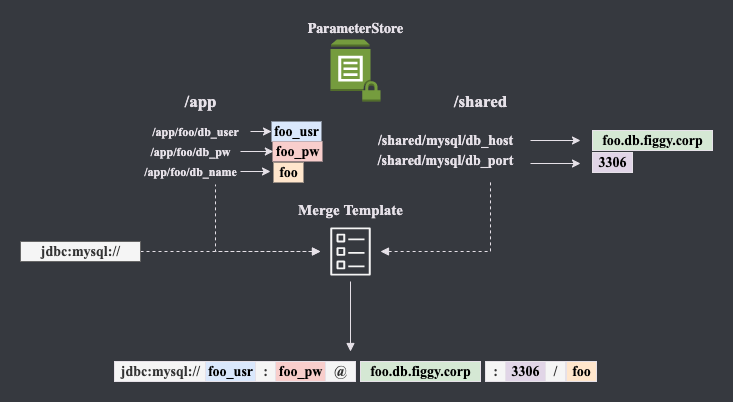
This is docs/images/advanced/merge-template.png from figtools/figgy.docs, a draw.io export, as it was before one commit. Source tidied: cells renumbered, new cells last; positions are measured from the earlier drawing's top-left corner, leaving out a move shared by most shapes.
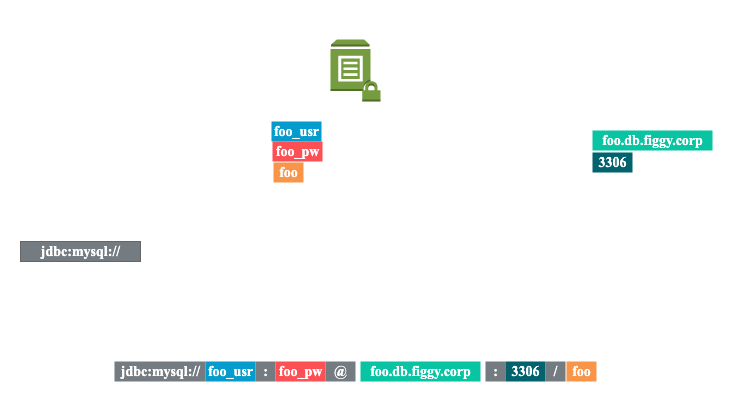
The same diagram one commit later.

Change to the diagram source:
```diff
@@ -2,116 +2,116 @@
   <root>
     <mxCell id="0" />
     <mxCell id="1" parent="0" />
-    <mxCell id="2" value="ParameterStore" style="dashed=0;verticalLabelPosition=top;verticalAlign=bottom;align=center;html=1;shape=mxgraph.aws3.parameter_store;fillColor=#759C3E;gradientColor=none;fontFamily=lato;fontStyle=1;fontSize=14;labelPosition=center;labelBackgroundColor=none;fontColor=#E6E1E8;strokeColor=none;labelBorderColor=none;" parent="1" vertex="1">
+    <mxCell id="2" value="ParameterStore" style="dashed=0;verticalLabelPosition=top;verticalAlign=bottom;align=center;html=1;shape=mxgraph.aws3.parameter_store;fillColor=#759C3E;gradientColor=none;fontFamily=lato;fontStyle=1;fontSize=14;labelPosition=center;labelBackgroundColor=none;labelBorderColor=none;fontColor=#FFFFFF;strokeColor=none;" parent="1" vertex="1">
       <mxGeometry x="310" width="50" height="62" as="geometry" />
     </mxCell>
-    <mxCell id="3" style="edgeStyle=orthogonalEdgeStyle;rounded=0;html=1;jettySize=auto;fontFamily=Times New Roman;labelBackgroundColor=none;fontColor=#E6E1E8;strokeColor=#E6E1E8;labelBorderColor=none;" parent="1" edge="1" source="4" target="5">
+    <mxCell id="3" style="edgeStyle=orthogonalEdgeStyle;rounded=0;html=1;jettySize=auto;fontFamily=Times New Roman;labelBackgroundColor=none;labelBorderColor=none;fontColor=#FFFFFF;strokeColor=#FFFFFF;" parent="1" edge="1" source="4" target="5">
       <mxGeometry relative="1" as="geometry" />
     </mxCell>
-    <mxCell id="4" value="/app/foo/db_user" style="text;html=1;align=center;verticalAlign=middle;points=[];fillColor=none;strokeColor=none;rounded=0;fontStyle=1;fontFamily=Times New Roman;labelBackgroundColor=none;fontColor=#E6E1E8;labelBorderColor=none;" parent="1" vertex="1">
-      <mxGeometry x="120" y="82" width="110" height="20" as="geometry" />
+    <mxCell id="4" value="/app/foo/db_user" style="text;html=1;align=center;verticalAlign=middle;points=[];fillColor=none;rounded=0;fontStyle=1;fontFamily=Times New Roman;labelBackgroundColor=none;labelBorderColor=none;fontColor=#FFFFFF;" parent="1" vertex="1">
+      <mxGeometry x="110" y="82" width="110" height="20" as="geometry" />
     </mxCell>
-    <mxCell id="5" value="&lt;font style=&quot;font-size: 14px;&quot;&gt;foo_usr&lt;/font&gt;" style="text;html=1;align=center;verticalAlign=middle;points=[];fillColor=#dae8fc;strokeColor=none;rounded=0;fontFamily=Times New Roman;fontStyle=1;fontSize=14;labelBackgroundColor=none;fontColor=#000000;labelBorderColor=none;" parent="1" vertex="1">
+    <mxCell id="5" value="&lt;font style=&quot;font-size: 14px;&quot;&gt;foo_usr&lt;/font&gt;" style="text;html=1;align=center;verticalAlign=middle;points=[];rounded=0;fontFamily=Times New Roman;fontStyle=1;fontSize=14;labelBackgroundColor=none;labelBorderColor=none;fontColor=#FFFFFF;fillColor=#059CCD;" parent="1" vertex="1">
       <mxGeometry x="251" y="82" width="50" height="20" as="geometry" />
     </mxCell>
-    <mxCell id="6" style="edgeStyle=orthogonalEdgeStyle;rounded=0;html=1;entryX=0.017;entryY=0.5;entryDx=0;entryDy=0;entryPerimeter=0;jettySize=auto;fontFamily=Times New Roman;labelBackgroundColor=none;fontColor=#E6E1E8;strokeColor=#E6E1E8;labelBorderColor=none;" parent="1" edge="1" source="7" target="8">
+    <mxCell id="6" style="edgeStyle=orthogonalEdgeStyle;rounded=0;html=1;entryX=0.017;entryY=0.5;entryDx=0;entryDy=0;entryPerimeter=0;jettySize=auto;fontFamily=Times New Roman;labelBackgroundColor=none;labelBorderColor=none;fontColor=#FFFFFF;strokeColor=#FFFFFF;" parent="1" edge="1" source="7" target="8">
       <mxGeometry relative="1" as="geometry" />
     </mxCell>
-    <mxCell id="7" value="/app/foo/db_pw" style="text;html=1;align=center;verticalAlign=middle;points=[];fillColor=none;strokeColor=none;rounded=0;fontStyle=1;fontFamily=Times New Roman;labelBackgroundColor=none;fontColor=#E6E1E8;labelBorderColor=none;" parent="1" vertex="1">
+    <mxCell id="7" value="/app/foo/db_pw" style="text;html=1;align=center;verticalAlign=middle;points=[];fillColor=none;rounded=0;fontStyle=1;fontFamily=Times New Roman;labelBackgroundColor=none;labelBorderColor=none;fontColor=#FFFFFF;" parent="1" vertex="1">
       <mxGeometry x="120" y="102" width="100" height="20" as="geometry" />
     </mxCell>
-    <mxCell id="8" value="foo_pw" style="text;html=1;align=center;verticalAlign=middle;points=[];fillColor=#f8cecc;strokeColor=none;rounded=0;fontFamily=Times New Roman;fontStyle=1;fontSize=14;labelBackgroundColor=none;fontColor=#000000;labelBorderColor=none;" parent="1" vertex="1">
+    <mxCell id="8" value="foo_pw" style="text;html=1;align=center;verticalAlign=middle;points=[];rounded=0;fontFamily=Times New Roman;fontStyle=1;fontSize=14;labelBackgroundColor=none;labelBorderColor=none;fontColor=#FFFFFF;fillColor=#FD5055;" parent="1" vertex="1">
       <mxGeometry x="252" y="102" width="50" height="20" as="geometry" />
     </mxCell>
-    <mxCell id="9" style="edgeStyle=orthogonalEdgeStyle;rounded=0;html=1;entryX=-0.1;entryY=0.45;entryDx=0;entryDy=0;entryPerimeter=0;jettySize=auto;fontFamily=Times New Roman;strokeColor=#E6E1E8;labelBorderColor=none;" parent="1" edge="1" source="10" target="11">
+    <mxCell id="9" style="edgeStyle=orthogonalEdgeStyle;rounded=0;html=1;entryX=-0.1;entryY=0.45;entryDx=0;entryDy=0;entryPerimeter=0;jettySize=auto;fontFamily=Times New Roman;labelBorderColor=none;fontColor=#FFFFFF;strokeColor=#FFFFFF;" parent="1" edge="1" source="10" target="11">
       <mxGeometry relative="1" as="geometry" />
     </mxCell>
-    <mxCell id="10" value="/app/foo/db_name" style="text;html=1;align=center;verticalAlign=middle;points=[];fillColor=none;strokeColor=none;rounded=0;fontStyle=1;fontFamily=Times New Roman;labelBackgroundColor=none;fontColor=#E6E1E8;labelBorderColor=none;" parent="1" vertex="1">
+    <mxCell id="10" value="/app/foo/db_name" style="text;html=1;align=center;verticalAlign=middle;points=[];fillColor=none;rounded=0;fontStyle=1;fontFamily=Times New Roman;labelBackgroundColor=none;labelBorderColor=none;fontColor=#FFFFFF;" parent="1" vertex="1">
       <mxGeometry x="120" y="122" width="100" height="20" as="geometry" />
     </mxCell>
-    <mxCell id="11" value="foo" style="text;html=1;align=center;verticalAlign=middle;points=[];fillColor=#ffe6cc;strokeColor=none;rounded=0;fontFamily=Times New Roman;fontStyle=1;fontSize=14;labelBorderColor=none;" parent="1" vertex="1">
+    <mxCell id="11" value="foo" style="text;html=1;align=center;verticalAlign=middle;points=[];rounded=0;fontFamily=Times New Roman;fontStyle=1;fontSize=14;labelBorderColor=none;fontColor=#FFFFFF;fillColor=#F99548;" parent="1" vertex="1">
       <mxGeometry x="253" y="123" width="30" height="20" as="geometry" />
     </mxCell>
-    <mxCell id="12" value="/app" style="text;html=1;align=center;verticalAlign=middle;fillColor=none;strokeColor=none;rounded=0;fontStyle=1;fontSize=17;fontFamily=Times New Roman;labelBackgroundColor=none;fontColor=#E6E1E8;labelBorderColor=none;" parent="1" vertex="1">
+    <mxCell id="12" value="/app" style="text;html=1;align=center;verticalAlign=middle;fillColor=none;rounded=0;fontStyle=1;fontSize=17;fontFamily=Times New Roman;labelBackgroundColor=none;labelBorderColor=none;fontColor=#FFFFFF;" parent="1" vertex="1">
       <mxGeometry x="160" y="52" width="40" height="20" as="geometry" />
     </mxCell>
-    <mxCell id="13" style="edgeStyle=orthogonalEdgeStyle;rounded=0;html=1;jettySize=auto;orthogonalLoop=1;fontSize=14;fontFamily=Times New Roman;strokeColor=#E6E1E8;labelBorderColor=none;" parent="1" edge="1">
+    <mxCell id="13" style="edgeStyle=orthogonalEdgeStyle;rounded=0;html=1;jettySize=auto;orthogonalLoop=1;fontSize=14;fontFamily=Times New Roman;labelBorderColor=none;fontColor=#FFFFFF;strokeColor=#FFFFFF;" parent="1" edge="1">
       <mxGeometry relative="1" as="geometry">
         <mxPoint x="510" y="101" as="sourcePoint" />
         <mxPoint x="560" y="101" as="targetPoint" />
       </mxGeometry>
     </mxCell>
-    <mxCell id="14" value="/shared/mysql/db_host" style="text;html=1;align=center;verticalAlign=middle;fillColor=none;strokeColor=none;rounded=0;fontStyle=1;fontSize=14;fontFamily=Times New Roman;labelBackgroundColor=none;fontColor=#E6E1E8;labelBorderColor=none;" parent="1" vertex="1">
+    <mxCell id="14" value="/shared/mysql/db_host" style="text;html=1;align=center;verticalAlign=middle;fillColor=none;rounded=0;fontStyle=1;fontSize=14;fontFamily=Times New Roman;labelBackgroundColor=none;labelBorderColor=none;fontColor=#FFFFFF;" parent="1" vertex="1">
       <mxGeometry x="355" y="91" width="140" height="20" as="geometry" />
     </mxCell>
-    <mxCell id="15" value="foo.db.figgy.corp" style="text;html=1;align=center;verticalAlign=middle;fillColor=#d5e8d4;strokeColor=#E6E1E8;rounded=0;fontSize=14;fontFamily=Times New Roman;fontStyle=1;labelBorderColor=none;" parent="1" vertex="1">
+    <mxCell id="15" value="foo.db.figgy.corp" style="text;html=1;align=center;verticalAlign=middle;rounded=0;fontSize=14;fontFamily=Times New Roman;fontStyle=1;labelBorderColor=none;fontColor=#FFFFFF;fillColor=#09C4A2;" parent="1" vertex="1">
       <mxGeometry x="572" y="91" width="120" height="20" as="geometry" />
     </mxCell>
-    <mxCell id="16" style="edgeStyle=orthogonalEdgeStyle;rounded=0;html=1;jettySize=auto;orthogonalLoop=1;fontSize=14;fontFamily=Times New Roman;strokeColor=#E6E1E8;labelBorderColor=none;" parent="1" edge="1">
+    <mxCell id="16" style="edgeStyle=orthogonalEdgeStyle;rounded=0;html=1;jettySize=auto;orthogonalLoop=1;fontSize=14;fontFamily=Times New Roman;labelBorderColor=none;fontColor=#FFFFFF;strokeColor=#FFFFFF;" parent="1" edge="1">
       <mxGeometry relative="1" as="geometry">
         <mxPoint x="510" y="124" as="sourcePoint" />
         <mxPoint x="560" y="124" as="targetPoint" />
       </mxGeometry>
     </mxCell>
-    <mxCell id="17" value="/shared/mysql/db_port" style="text;html=1;align=center;verticalAlign=middle;fillColor=none;strokeColor=none;rounded=0;fontStyle=1;fontSize=14;fontFamily=Times New Roman;labelBackgroundColor=none;fontColor=#E6E1E8;labelBorderColor=none;" parent="1" vertex="1">
+    <mxCell id="17" value="/shared/mysql/db_port" style="text;html=1;align=center;verticalAlign=middle;fillColor=none;rounded=0;fontStyle=1;fontSize=14;fontFamily=Times New Roman;labelBackgroundColor=none;labelBorderColor=none;fontColor=#FFFFFF;" parent="1" vertex="1">
       <mxGeometry x="360" y="111" width="130" height="20" as="geometry" />
     </mxCell>
-    <mxCell id="18" value="3306" style="text;html=1;align=center;verticalAlign=middle;fillColor=#e1d5e7;strokeColor=#E6E1E8;rounded=0;fontSize=14;fontFamily=Times New Roman;fontStyle=1;labelBorderColor=none;" parent="1" vertex="1">
+    <mxCell id="18" value="3306" style="text;html=1;align=center;verticalAlign=middle;rounded=0;fontSize=14;fontFamily=Times New Roman;fontStyle=1;labelBorderColor=none;fontColor=#FFFFFF;fillColor=#02626D;" parent="1" vertex="1">
       <mxGeometry x="572" y="113" width="40" height="20" as="geometry" />
     </mxCell>
-    <mxCell id="19" value="/shared" style="text;html=1;align=center;verticalAlign=middle;fillColor=none;strokeColor=none;rounded=0;fontStyle=1;fontSize=17;fontFamily=Times New Roman;labelBackgroundColor=none;fontColor=#E6E1E8;labelBorderColor=none;" parent="1" vertex="1">
+    <mxCell id="19" value="/shared" style="text;html=1;align=center;verticalAlign=middle;fillColor=none;rounded=0;fontStyle=1;fontSize=17;fontFamily=Times New Roman;labelBackgroundColor=none;labelBorderColor=none;fontColor=#FFFFFF;" parent="1" vertex="1">
       <mxGeometry x="425" y="47" width="70" height="30" as="geometry" />
     </mxCell>
-    <mxCell id="20" style="edgeStyle=orthogonalEdgeStyle;rounded=0;html=1;entryX=0.75;entryY=1.15;entryDx=0;entryDy=0;entryPerimeter=0;jettySize=auto;fontSize=14;endArrow=none;endFill=0;startArrow=block;startFill=1;fontStyle=1;dashed=1;fontFamily=Times New Roman;strokeColor=#E6E1E8;labelBorderColor=none;" parent="1" edge="1" source="23" target="10">
+    <mxCell id="20" style="edgeStyle=orthogonalEdgeStyle;rounded=0;html=1;entryX=0.75;entryY=1.15;entryDx=0;entryDy=0;entryPerimeter=0;jettySize=auto;fontSize=14;endArrow=none;endFill=0;startArrow=block;startFill=1;fontStyle=1;dashed=1;fontFamily=Times New Roman;labelBorderColor=none;fontColor=#FFFFFF;strokeColor=#FFFFFF;" parent="1" edge="1" source="23" target="10">
       <mxGeometry relative="1" as="geometry" />
     </mxCell>
-    <mxCell id="21" style="edgeStyle=orthogonalEdgeStyle;rounded=0;html=1;dashed=1;startArrow=block;startFill=1;endArrow=none;endFill=0;jettySize=auto;fontSize=14;fontFamily=Times New Roman;strokeColor=#E6E1E8;labelBorderColor=none;" parent="1" edge="1" source="23">
+    <mxCell id="21" style="edgeStyle=orthogonalEdgeStyle;rounded=0;html=1;dashed=1;startArrow=block;startFill=1;endArrow=none;endFill=0;jettySize=auto;fontSize=14;fontFamily=Times New Roman;labelBorderColor=none;fontColor=#FFFFFF;strokeColor=#FFFFFF;" parent="1" edge="1" source="23">
       <mxGeometry relative="1" as="geometry">
         <mxPoint x="470" y="142" as="targetPoint" />
       </mxGeometry>
     </mxCell>
-    <mxCell id="22" style="edgeStyle=orthogonalEdgeStyle;rounded=0;html=1;startArrow=none;startFill=0;endArrow=block;endFill=1;jettySize=auto;fontFamily=Times New Roman;fontSize=14;fontStyle=1;strokeColor=#E6E1E8;labelBorderColor=none;" parent="1" edge="1" source="23">
+    <mxCell id="22" style="edgeStyle=orthogonalEdgeStyle;rounded=0;html=1;startArrow=none;startFill=0;endArrow=block;endFill=1;jettySize=auto;fontFamily=Times New Roman;fontSize=14;fontStyle=1;labelBorderColor=none;fontColor=#FFFFFF;strokeColor=#FFFFFF;" parent="1" edge="1" source="23">
       <mxGeometry relative="1" as="geometry">
         <mxPoint x="330" y="312" as="targetPoint" />
       </mxGeometry>
     </mxCell>
-    <mxCell id="23" value="Merge Template" style="outlineConnect=0;fontColor=#E6E1E8;gradientColor=none;strokeColor=#F5F5F5;fillColor=none;dashed=0;verticalLabelPosition=top;verticalAlign=bottom;align=center;html=1;fontSize=15;fontStyle=1;shape=mxgraph.aws4.resourceIcon;resIcon=mxgraph.aws4.template;fontFamily=Times New Roman;labelPosition=center;labelBackgroundColor=none;labelBorderColor=none;" parent="1" vertex="1">
+    <mxCell id="23" value="Merge Template" style="outlineConnect=0;gradientColor=none;fillColor=none;dashed=0;verticalLabelPosition=top;verticalAlign=bottom;align=center;html=1;fontSize=15;fontStyle=1;shape=mxgraph.aws4.resourceIcon;resIcon=mxgraph.aws4.template;fontFamily=Times New Roman;labelPosition=center;labelBackgroundColor=none;labelBorderColor=none;fontColor=#FFFFFF;strokeColor=#FFFFFF;" parent="1" vertex="1">
       <mxGeometry x="300" y="182" width="60" height="60" as="geometry" />
     </mxCell>
-    <mxCell id="24" style="edgeStyle=orthogonalEdgeStyle;rounded=0;html=1;dashed=1;startArrow=none;startFill=0;endArrow=block;endFill=1;jettySize=auto;fontFamily=Times New Roman;fontSize=14;strokeColor=#E6E1E8;labelBorderColor=none;" parent="1" edge="1" source="25" target="23">
+    <mxCell id="24" style="edgeStyle=orthogonalEdgeStyle;rounded=0;html=1;dashed=1;startArrow=none;startFill=0;endArrow=block;endFill=1;jettySize=auto;fontFamily=Times New Roman;fontSize=14;labelBorderColor=none;fontColor=#FFFFFF;strokeColor=#FFFFFF;" parent="1" edge="1" source="25" target="23">
       <mxGeometry relative="1" as="geometry" />
     </mxCell>
-    <mxCell id="25" value="&lt;b&gt;jdbc:mysql://&lt;/b&gt;" style="text;html=1;align=center;verticalAlign=middle;points=[];fillColor=#f5f5f5;strokeColor=#666666;rounded=0;fontFamily=Times New Roman;fontSize=14;fontColor=#333333;" parent="1" vertex="1">
+    <mxCell id="25" value="&lt;b&gt;jdbc:mysql://&lt;/b&gt;" style="text;html=1;align=center;verticalAlign=middle;points=[];strokeColor=#666666;rounded=0;fontFamily=Times New Roman;fontSize=14;fontColor=#FFFFFF;fillColor=#747B81;labelBorderColor=none;" parent="1" vertex="1">
       <mxGeometry y="202" width="120" height="20" as="geometry" />
     </mxCell>
-    <mxCell id="26" value="&lt;b&gt;jdbc:mysql://&lt;/b&gt;" style="text;html=1;align=center;verticalAlign=middle;fillColor=#f5f5f5;strokeColor=#E6E1E8;rounded=0;fontFamily=Times New Roman;fontSize=14;fontColor=#333333;labelBorderColor=none;" parent="1" vertex="1">
+    <mxCell id="26" value="&lt;b&gt;jdbc:mysql://&lt;/b&gt;" style="text;html=1;align=center;verticalAlign=middle;rounded=0;fontFamily=Times New Roman;fontSize=14;labelBorderColor=none;fontColor=#FFFFFF;fillColor=#747B81;" parent="1" vertex="1">
       <mxGeometry x="94" y="322" width="91" height="20" as="geometry" />
     </mxCell>
-    <mxCell id="27" value="&lt;font style=&quot;font-size: 14px;&quot;&gt;foo_usr&lt;/font&gt;" style="text;html=1;align=center;verticalAlign=middle;fillColor=#dae8fc;strokeColor=#E6E1E8;rounded=0;fontFamily=Times New Roman;fontStyle=1;fontSize=14;labelBorderColor=none;" parent="1" vertex="1">
+    <mxCell id="27" value="&lt;font style=&quot;font-size: 14px;&quot;&gt;foo_usr&lt;/font&gt;" style="text;html=1;align=center;verticalAlign=middle;rounded=0;fontFamily=Times New Roman;fontStyle=1;fontSize=14;labelBorderColor=none;fontColor=#FFFFFF;fillColor=#059CCD;" parent="1" vertex="1">
       <mxGeometry x="185" y="322" width="50" height="20" as="geometry" />
     </mxCell>
-    <mxCell id="28" value="&lt;b&gt;:&lt;/b&gt;" style="text;html=1;align=center;verticalAlign=middle;fillColor=#f5f5f5;strokeColor=#E6E1E8;rounded=0;fontFamily=Times New Roman;fontSize=14;fontColor=#333333;labelBorderColor=none;" parent="1" vertex="1">
+    <mxCell id="28" value="&lt;b&gt;:&lt;/b&gt;" style="text;html=1;align=center;verticalAlign=middle;rounded=0;fontFamily=Times New Roman;fontSize=14;labelBorderColor=none;fontColor=#FFFFFF;labelBackgroundColor=none;fillColor=#747B81;" parent="1" vertex="1">
       <mxGeometry x="235" y="322" width="20" height="20" as="geometry" />
     </mxCell>
-    <mxCell id="29" value="foo_pw" style="text;html=1;align=center;verticalAlign=middle;fillColor=#f8cecc;strokeColor=#E6E1E8;rounded=0;fontFamily=Times New Roman;fontStyle=1;fontSize=14;labelBorderColor=none;" parent="1" vertex="1">
+    <mxCell id="29" value="foo_pw" style="text;html=1;align=center;verticalAlign=middle;rounded=0;fontFamily=Times New Roman;fontStyle=1;fontSize=14;labelBorderColor=none;fontColor=#FFFFFF;fillColor=#FD5055;" parent="1" vertex="1">
       <mxGeometry x="255" y="322" width="50" height="20" as="geometry" />
     </mxCell>
-    <mxCell id="30" value="&lt;b&gt;@&lt;/b&gt;" style="text;html=1;align=center;verticalAlign=middle;fillColor=#f5f5f5;strokeColor=#E6E1E8;rounded=0;fontFamily=Times New Roman;fontSize=14;fontColor=#333333;labelBorderColor=none;" parent="1" vertex="1">
+    <mxCell id="30" value="&lt;b&gt;@&lt;/b&gt;" style="text;html=1;align=center;verticalAlign=middle;rounded=0;fontFamily=Times New Roman;fontSize=14;labelBorderColor=none;fontColor=#FFFFFF;labelBackgroundColor=none;fillColor=#747B81;" parent="1" vertex="1">
       <mxGeometry x="305" y="322" width="30" height="20" as="geometry" />
     </mxCell>
-    <mxCell id="31" value="foo.db.figgy.corp" style="text;html=1;align=center;verticalAlign=middle;fillColor=#d5e8d4;strokeColor=#E6E1E8;rounded=0;fontSize=14;fontFamily=Times New Roman;fontStyle=1;labelBorderColor=none;" parent="1" vertex="1">
+    <mxCell id="31" value="foo.db.figgy.corp" style="text;html=1;align=center;verticalAlign=middle;rounded=0;fontSize=14;fontFamily=Times New Roman;fontStyle=1;labelBorderColor=none;fontColor=#FFFFFF;fillColor=#09C4A2;" parent="1" vertex="1">
       <mxGeometry x="340" y="322" width="120" height="20" as="geometry" />
     </mxCell>
-    <mxCell id="32" value="&lt;b&gt;:&lt;/b&gt;" style="text;html=1;align=center;verticalAlign=middle;fillColor=#f5f5f5;strokeColor=#E6E1E8;rounded=0;fontFamily=Times New Roman;fontSize=14;fontColor=#333333;labelBorderColor=none;" parent="1" vertex="1">
+    <mxCell id="32" value="&lt;b&gt;:&lt;/b&gt;" style="text;html=1;align=center;verticalAlign=middle;rounded=0;fontFamily=Times New Roman;fontSize=14;labelBorderColor=none;fontColor=#FFFFFF;labelBackgroundColor=none;fillColor=#747B81;" parent="1" vertex="1">
       <mxGeometry x="465" y="322" width="20" height="20" as="geometry" />
     </mxCell>
-    <mxCell id="33" value="3306" style="text;html=1;align=center;verticalAlign=middle;fillColor=#e1d5e7;strokeColor=#E6E1E8;rounded=0;fontSize=14;fontFamily=Times New Roman;fontStyle=1;labelBorderColor=none;" parent="1" vertex="1">
+    <mxCell id="33" value="3306" style="text;html=1;align=center;verticalAlign=middle;rounded=0;fontSize=14;fontFamily=Times New Roman;fontStyle=1;labelBorderColor=none;fontColor=#FFFFFF;fillColor=#02626D;" parent="1" vertex="1">
       <mxGeometry x="485" y="322" width="40" height="20" as="geometry" />
     </mxCell>
-    <mxCell id="34" value="&lt;b&gt;/&lt;/b&gt;" style="text;html=1;align=center;verticalAlign=middle;fillColor=#f5f5f5;strokeColor=#E6E1E8;rounded=0;fontFamily=Times New Roman;fontSize=14;fontColor=#333333;labelBorderColor=none;" parent="1" vertex="1">
+    <mxCell id="34" value="&lt;b&gt;/&lt;/b&gt;" style="text;html=1;align=center;verticalAlign=middle;rounded=0;fontFamily=Times New Roman;fontSize=14;labelBorderColor=none;fontColor=#FFFFFF;labelBackgroundColor=none;fillColor=#747B81;" parent="1" vertex="1">
       <mxGeometry x="525" y="322" width="20" height="20" as="geometry" />
     </mxCell>
-    <mxCell id="35" value="foo" style="text;html=1;align=center;verticalAlign=middle;fillColor=#ffe6cc;strokeColor=#E6E1E8;rounded=0;fontFamily=Times New Roman;fontStyle=1;fontSize=14;labelBorderColor=none;" parent="1" vertex="1">
+    <mxCell id="35" value="foo" style="text;html=1;align=center;verticalAlign=middle;rounded=0;fontFamily=Times New Roman;fontStyle=1;fontSize=14;labelBorderColor=none;fontColor=#FFFFFF;fillColor=#F99548;" parent="1" vertex="1">
       <mxGeometry x="546" y="322" width="30" height="20" as="geometry" />
     </mxCell>
   </root>
```
